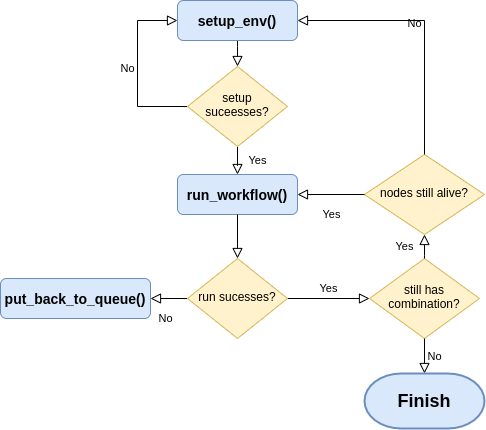
ntlinh16/cloudal keeps this draw.io diagram as images/experiment_flowchart.png. Above is the earlier version. Source tidied: cells renumbered, new cells last; positions are measured from the earlier drawing's top-left corner, leaving out a move shared by most shapes.
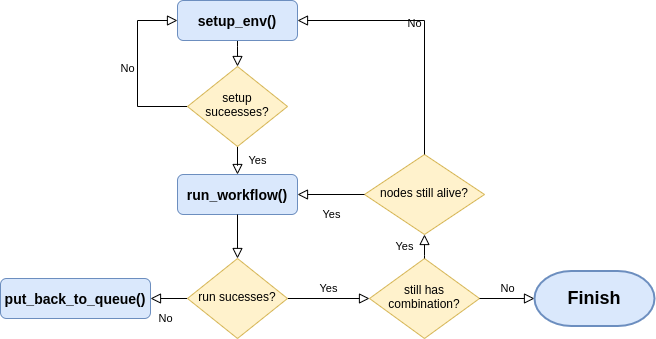
After the commit.

Commit message:
doc: update experiment flowchart image

Diff of the diagram source:
```diff
@@ -58,7 +58,7 @@
         </Array>
       </mxGeometry>
     </mxCell>
-    <mxCell id="14" value="No" style="edgeStyle=orthogonalEdgeStyle;rounded=0;html=1;jettySize=auto;fontSize=11;endArrow=block;endFill=0;endSize=8;strokeWidth=1;shadow=0;labelBackgroundColor=none;exitX=0.5;exitY=1;exitDx=0;exitDy=0;entryX=0.5;entryY=0;entryDx=0;entryDy=0;entryPerimeter=0;" parent="1" edge="1" source="12" target="19">
+    <mxCell id="14" value="No" style="edgeStyle=orthogonalEdgeStyle;rounded=0;html=1;jettySize=auto;fontSize=11;endArrow=block;endFill=0;endSize=8;strokeWidth=1;shadow=0;labelBackgroundColor=none;entryX=0;entryY=0.5;entryDx=0;entryDy=0;entryPerimeter=0;" parent="1" edge="1" source="12" target="19">
       <mxGeometry y="10" relative="1" as="geometry" />
     </mxCell>
     <mxCell id="15" value="nodes still alive?" style="rhombus;whiteSpace=wrap;html=1;shadow=0;fontFamily=Helvetica;fontSize=12;align=center;strokeWidth=1;spacing=6;spacingTop=-4;fillColor=#fff2cc;strokeColor=#d6b656;" parent="1" vertex="1">
@@ -78,7 +78,7 @@
       <mxGeometry relative="1" as="geometry" />
     </mxCell>
     <mxCell id="19" value="&lt;b&gt;&lt;font style=&quot;font-size: 18px&quot;&gt;Finish&lt;/font&gt;&lt;/b&gt;" style="strokeWidth=2;html=1;shape=mxgraph.flowchart.terminator;whiteSpace=wrap;fillColor=#dae8fc;strokeColor=#6c8ebf;" parent="1" vertex="1">
-      <mxGeometry x="364" y="373" width="120" height="55" as="geometry" />
+      <mxGeometry x="534" y="270.5" width="120" height="55" as="geometry" />
     </mxCell>
   </root>
 </mxGraphModel>
```
